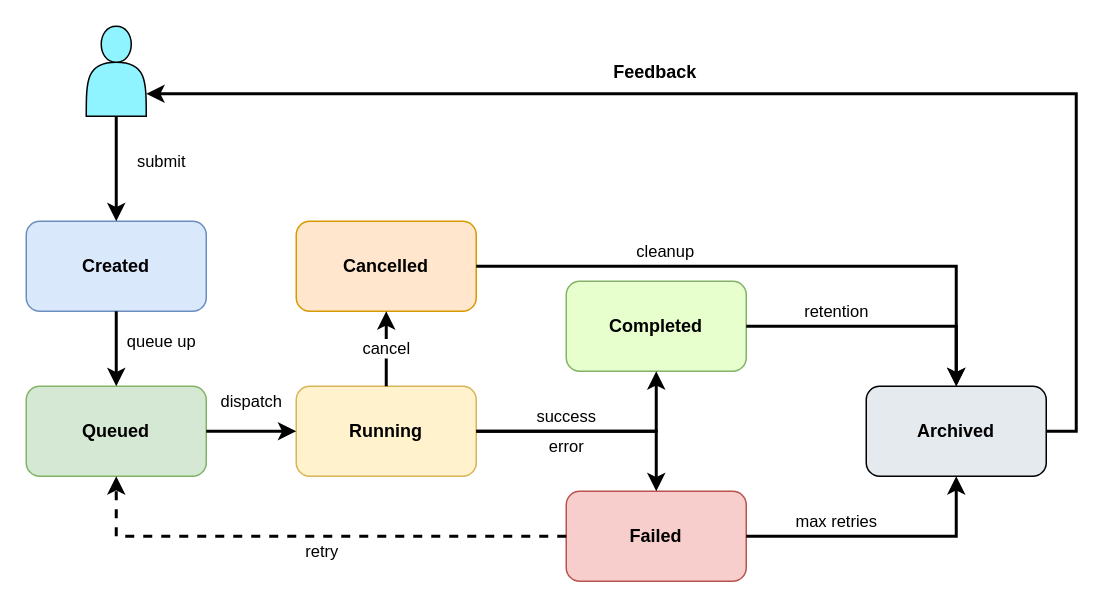
The draw.io diagram doc/SRS/diagrame/XML/diagrama_state_job_lifecycle.drawio in MoldoAndr/vitruvian-cipher, before the edit. Source tidied: cells renumbered, new cells numbered last; positions are measured from the earlier drawing's top-left corner, leaving out a move shared by most shapes. Both pictures are drawn from the tidied source at 150%, with x=0, y=0 at pixel (26, 26).
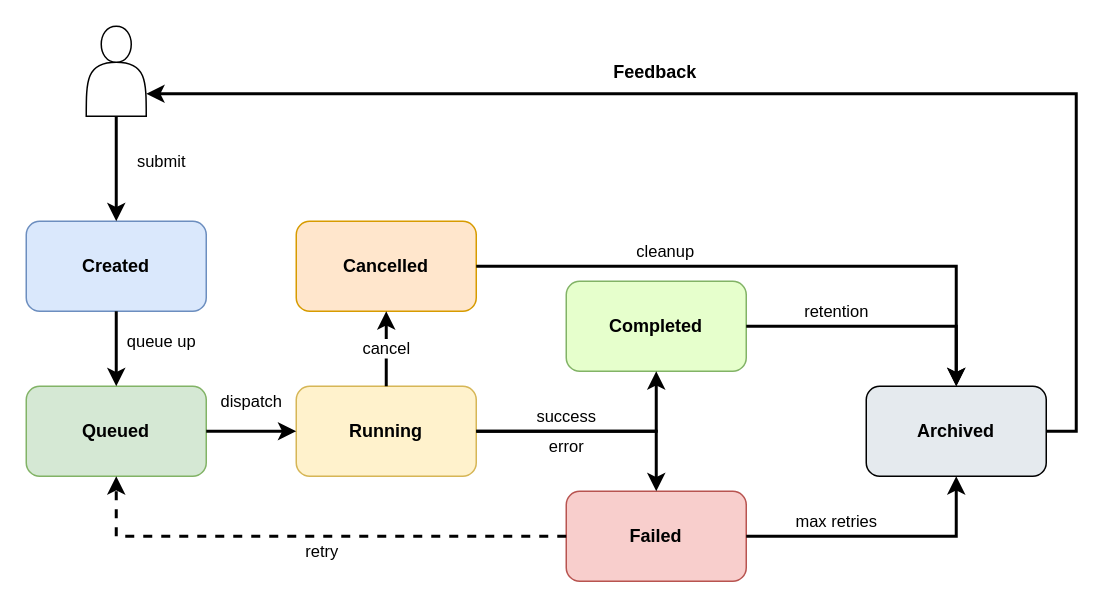
After the change.

What changed in the source:
```diff
@@
-    <mxCell id="21" style="shape=actor;whiteSpace=wrap;html=1;fillColor=#8FF4FF;fontStyle=1;" parent="1" vertex="1">
+    <mxCell id="21" style="shape=actor;whiteSpace=wrap;html=1;fillColor=#FFFFFF;fontStyle=1;" parent="1" vertex="1">
       <mxGeometry x="40" width="40" height="60" as="geometry" />
     </mxCell>
```
